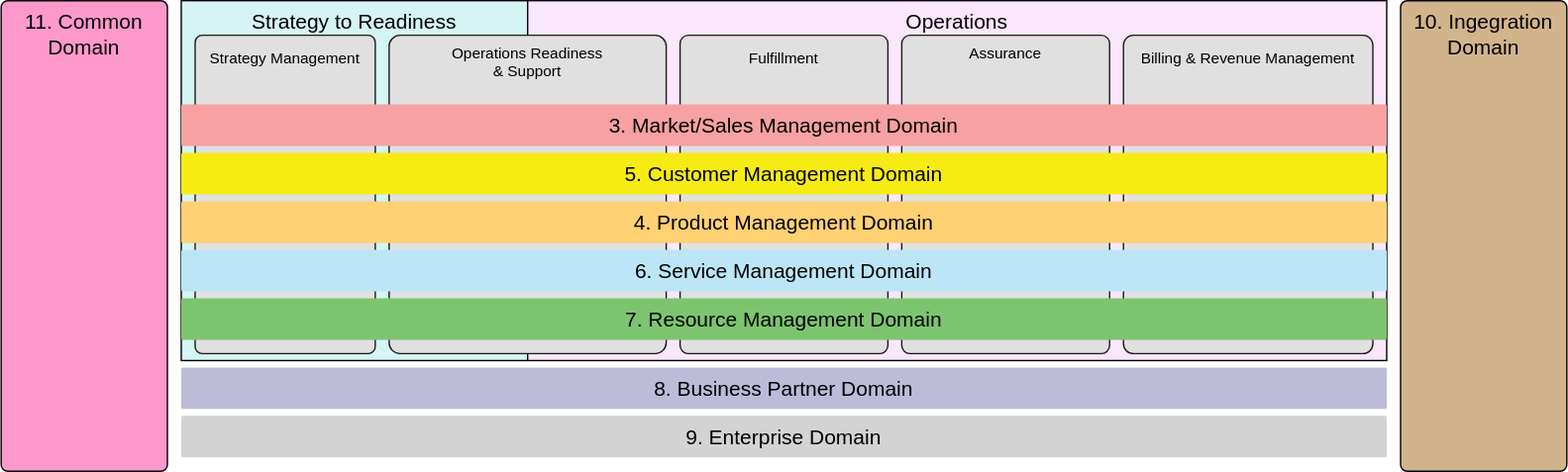
The draw.io diagram src/assets/TAM_Overview.drawio.svg in nojaja/FrameworxDiagramViewer, before a commit. Source tidied: cells renumbered, new cells last; positions are measured from the earlier drawing's top-left corner, leaving out a move shared by most shapes.
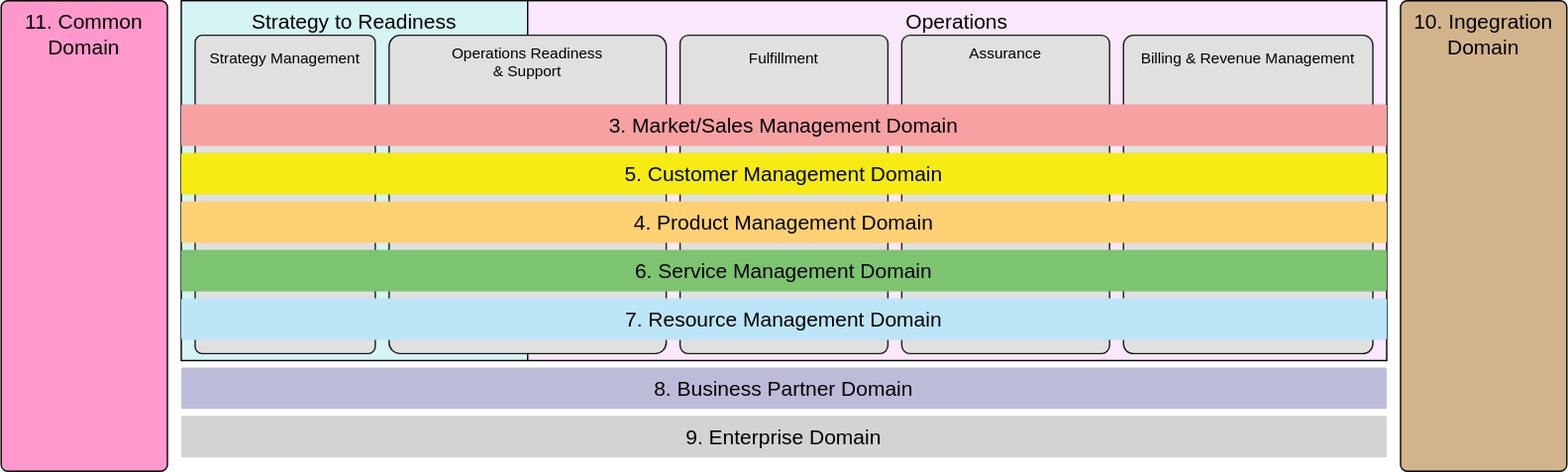
Later version of the same file.

What changed in the source:
```diff
@@ -38,10 +38,10 @@
     <mxCell id="13" value="4. &lt;span&gt;Product Management Domain&lt;br&gt;&lt;/span&gt;" style="rounded=1;whiteSpace=wrap;html=1;arcSize=4;verticalAlign=middle;fontSize=15;fontColor=#000000;strokeColor=none;fillColor=#FFD173;" parent="1" vertex="1">
       <mxGeometry x="130" y="145" width="870" height="30" as="geometry" />
     </mxCell>
-    <mxCell id="14" value="6. &lt;span&gt;Service Management Domain&lt;br&gt;&lt;/span&gt;" style="rounded=1;whiteSpace=wrap;html=1;arcSize=4;verticalAlign=middle;fontSize=15;fontColor=#000000;strokeColor=none;fillColor=#BCE6F7;" parent="1" vertex="1">
+    <mxCell id="14" value="6. &lt;span&gt;Service Management Domain&lt;br&gt;&lt;/span&gt;" style="rounded=1;whiteSpace=wrap;html=1;arcSize=4;verticalAlign=middle;fontSize=15;fontColor=#000000;strokeColor=none;fillColor=#7DC470;" parent="1" vertex="1">
       <mxGeometry x="130" y="180" width="870" height="30" as="geometry" />
     </mxCell>
-    <mxCell id="15" value="7. &lt;span&gt;Resource Management Domain&lt;br&gt;&lt;/span&gt;" style="rounded=1;whiteSpace=wrap;html=1;arcSize=4;verticalAlign=middle;fontSize=15;fontColor=#000000;strokeColor=none;fillColor=#7DC470;" parent="1" vertex="1">
+    <mxCell id="15" value="7. &lt;span&gt;Resource Management Domain&lt;br&gt;&lt;/span&gt;" style="rounded=1;whiteSpace=wrap;html=1;arcSize=4;verticalAlign=middle;fontSize=15;fontColor=#000000;strokeColor=none;fillColor=#BCE6F7;" parent="1" vertex="1">
       <mxGeometry x="130" y="215" width="870" height="30" as="geometry" />
     </mxCell>
     <mxCell id="16" value="8.&amp;nbsp;&lt;span&gt;Business Partner Domain&lt;br&gt;&lt;/span&gt;" style="rounded=1;whiteSpace=wrap;html=1;arcSize=4;verticalAlign=middle;fontSize=15;fontColor=#000000;strokeColor=none;fillColor=#BCBCD9;" parent="1" vertex="1">
```
